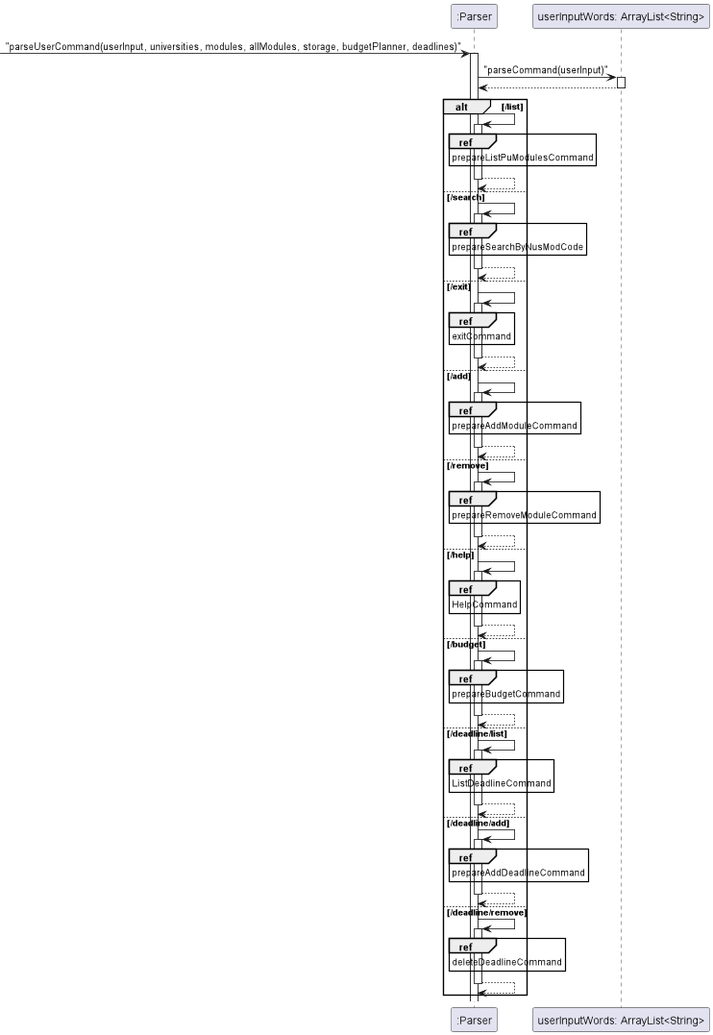
nus-cs2113-AY2223S2/tp keeps this PlantUML diagram as docs/diagrams/ParserSequenceDiagram.png. Above is the earlier version.
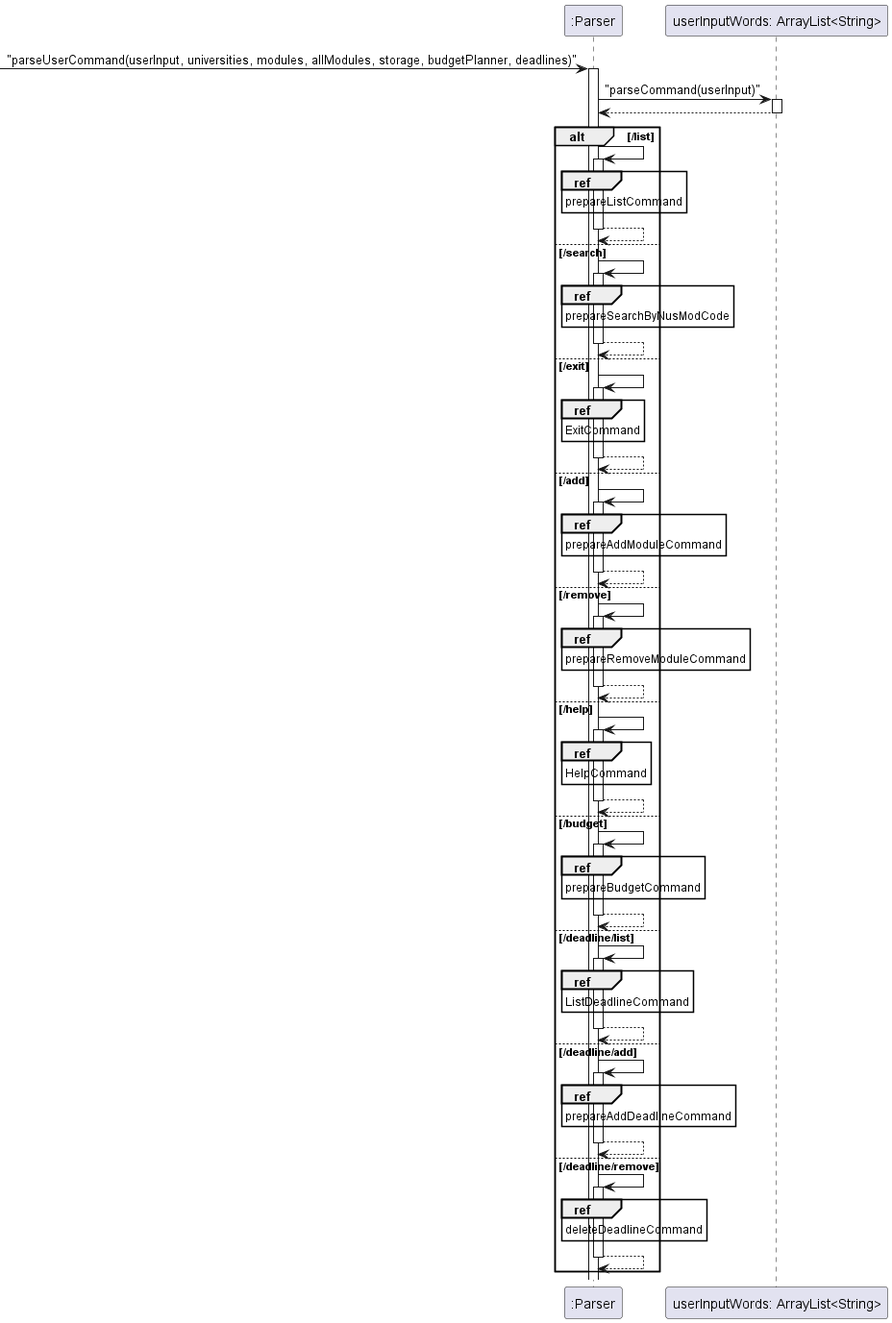
Later version of the same file.

Commit message:
Update Parser Sequence Diagrams

What changed in the source:
```diff
@@ -12,7 +12,7 @@
     ":Parser" -> ":Parser"
     activate ":Parser"
     ref over ":Parser"
-    prepareListPuModulesCommand
+    prepareListCommand
     end
     ":Parser" --> ":Parser"
     deactivate ":Parser"
@@ -28,7 +28,7 @@
     ":Parser" -> ":Parser"
     activate ":Parser"
     ref over ":Parser"
-    exitCommand
+    ExitCommand
     end
     ":Parser" --> ":Parser"
     deactivate ":Parser"
```
